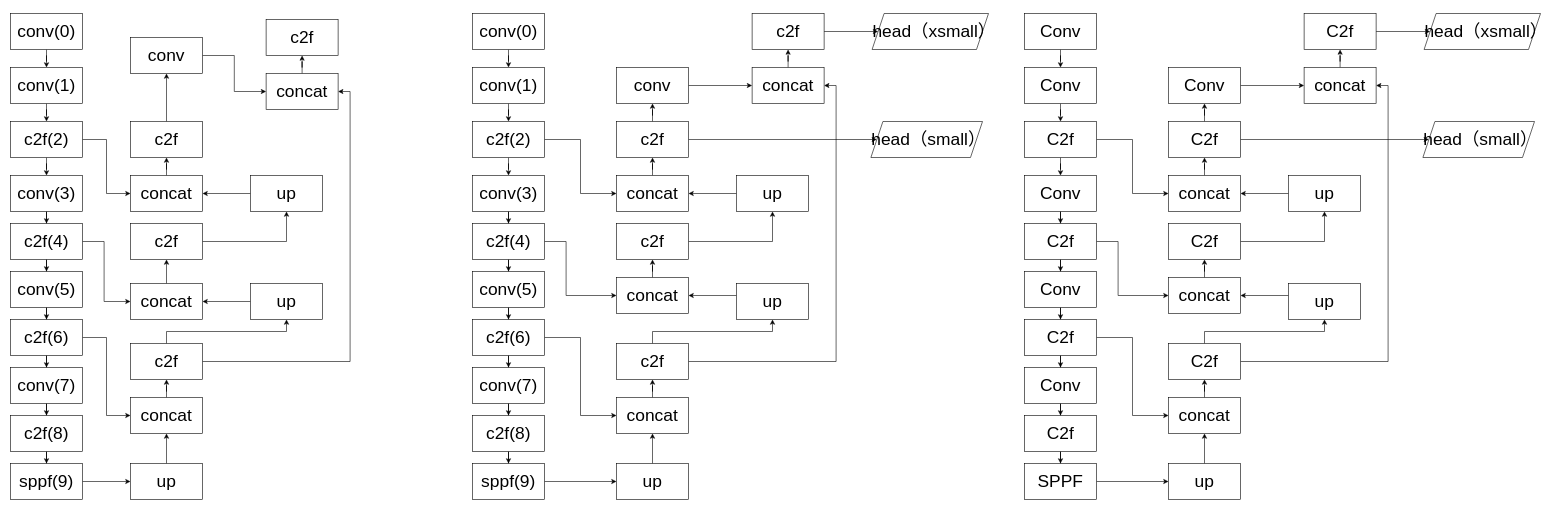
Above: yolo.drawio in funkallll/deeplearning (draw.io), before the change. Source tidied: cells renumbered, new cells numbered last; positions are measured from the earlier drawing's top-left corner, leaving out a move shared by most shapes. Both pictures are drawn from the tidied source at 60%, with x=0, y=0 at pixel (10, 13).
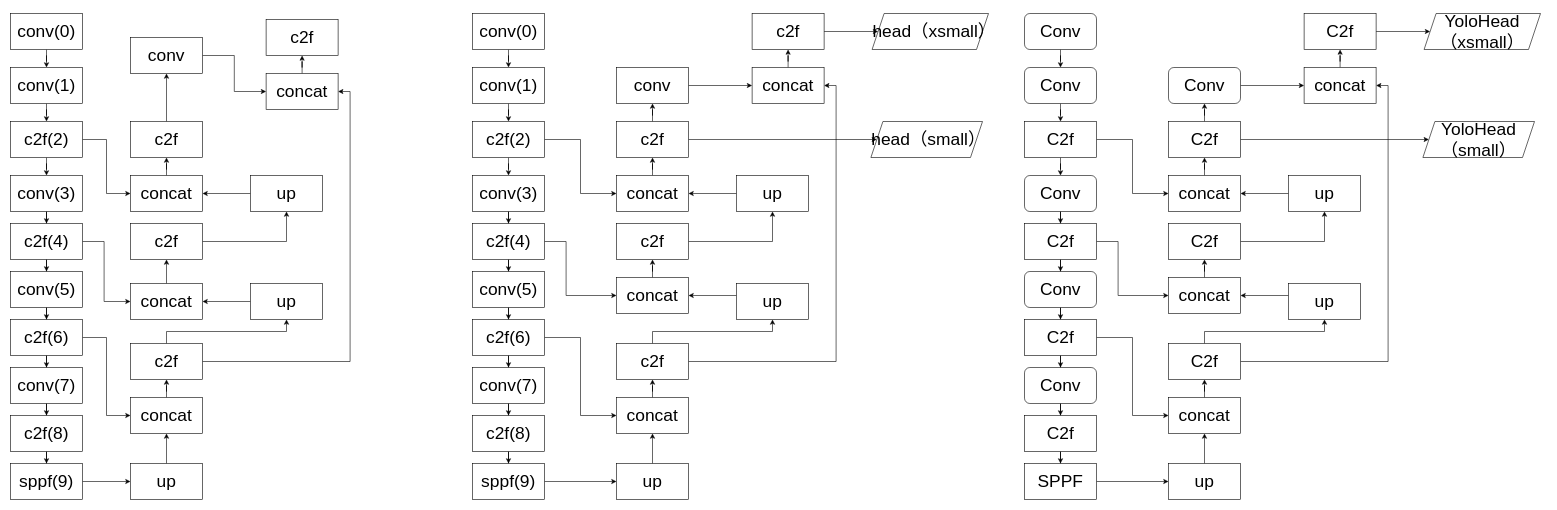
Above is the later version.

Diff of the diagram source:
```diff
@@
-    <mxCell id="101" value="Conv" style="rounded=0;whiteSpace=wrap;html=1;fontSize=29;" parent="1" vertex="1">
+    <mxCell id="101" value="Conv" style="rounded=1;whiteSpace=wrap;html=1;fontSize=29;" parent="1" vertex="1">
       <mxGeometry x="1690" width="120" height="60" as="geometry" />
     </mxCell>
@@
-    <mxCell id="103" value="Conv" style="rounded=0;whiteSpace=wrap;html=1;fontSize=29;" parent="1" vertex="1">
+    <mxCell id="103" value="Conv" style="rounded=1;whiteSpace=wrap;html=1;fontSize=29;" parent="1" vertex="1">
       <mxGeometry x="1690" y="90" width="120" height="60" as="geometry" />
     </mxCell>
@@
-    <mxCell id="108" value="Conv" style="rounded=0;whiteSpace=wrap;html=1;fontSize=29;" parent="1" vertex="1">
+    <mxCell id="108" value="Conv" style="rounded=1;whiteSpace=wrap;html=1;fontSize=29;" parent="1" vertex="1">
       <mxGeometry x="1690" y="270" width="120" height="60" as="geometry" />
     </mxCell>
@@
-    <mxCell id="113" value="Conv" style="rounded=0;whiteSpace=wrap;html=1;fontSize=29;" parent="1" vertex="1">
+    <mxCell id="113" value="Conv" style="rounded=1;whiteSpace=wrap;html=1;fontSize=29;" parent="1" vertex="1">
       <mxGeometry x="1690" y="430" width="120" height="60" as="geometry" />
     </mxCell>
@@
-    <mxCell id="118" value="Conv" style="rounded=0;whiteSpace=wrap;html=1;fontSize=29;" parent="1" vertex="1">
+    <mxCell id="118" value="Conv" style="rounded=1;whiteSpace=wrap;html=1;fontSize=29;" parent="1" vertex="1">
       <mxGeometry x="1690" y="590" width="120" height="60" as="geometry" />
     </mxCell>
@@
-    <mxCell id="144" value="Conv" style="rounded=0;whiteSpace=wrap;html=1;fontSize=29;" parent="1" vertex="1">
+    <mxCell id="144" value="Conv" style="rounded=1;whiteSpace=wrap;html=1;fontSize=29;" parent="1" vertex="1">
       <mxGeometry x="1930" y="90" width="120" height="60" as="geometry" />
     </mxCell>
@@
-    <mxCell id="149" value="head（xsmall）" style="shape=parallelogram;perimeter=parallelogramPerimeter;whiteSpace=wrap;html=1;fixedSize=1;fontSize=29;rounded=0;" parent="1" vertex="1">
+    <mxCell id="149" value="YoloHead（xsmall）" style="shape=parallelogram;perimeter=parallelogramPerimeter;whiteSpace=wrap;html=1;fixedSize=1;fontSize=29;rounded=0;" parent="1" vertex="1">
       <mxGeometry x="2356" width="194" height="60" as="geometry" />
     </mxCell>
-    <mxCell id="150" value="head（small）" style="shape=parallelogram;perimeter=parallelogramPerimeter;whiteSpace=wrap;html=1;fixedSize=1;fontSize=29;rounded=0;" parent="1" vertex="1">
+    <mxCell id="150" value="YoloHead（small）" style="shape=parallelogram;perimeter=parallelogramPerimeter;whiteSpace=wrap;html=1;fixedSize=1;fontSize=29;rounded=0;" parent="1" vertex="1">
       <mxGeometry x="2354" y="180" width="186" height="60" as="geometry" />
     </mxCell>
```
